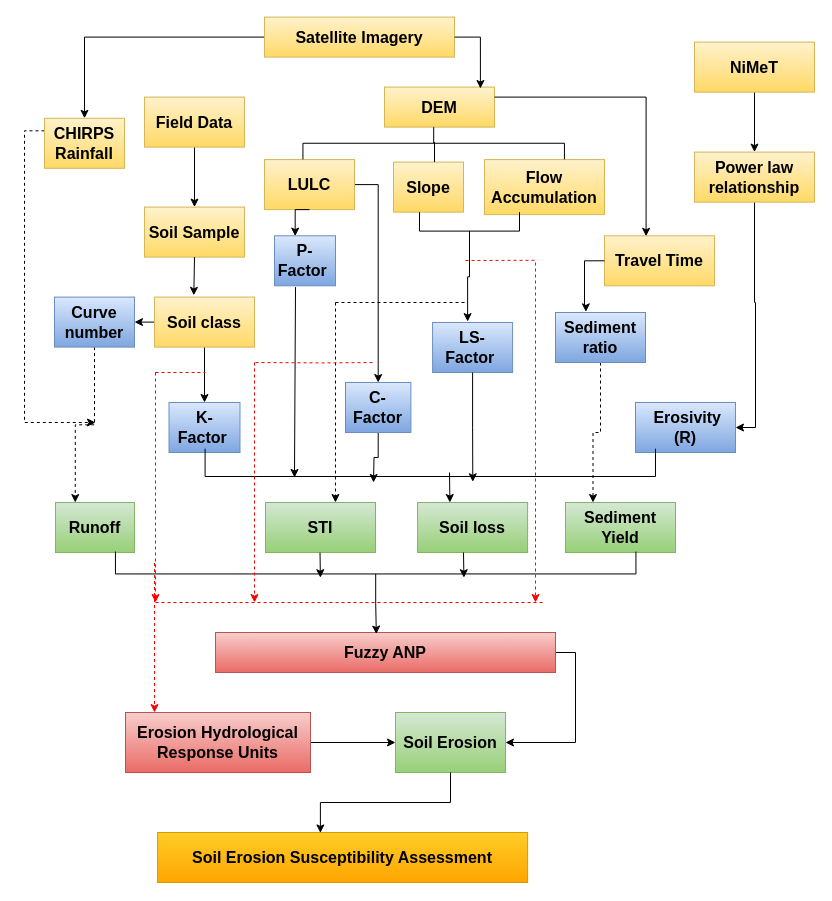
This is objective 1.drawio from yemioke/PRISMA2020, a draw.io file, before an edit. Source tidied: cells renumbered, new cells numbered last; positions are measured from the earlier drawing's top-left corner, leaving out a move shared by most shapes. Both pictures are drawn from the tidied source at 100%, with x=0, y=0 at pixel (24, 12).
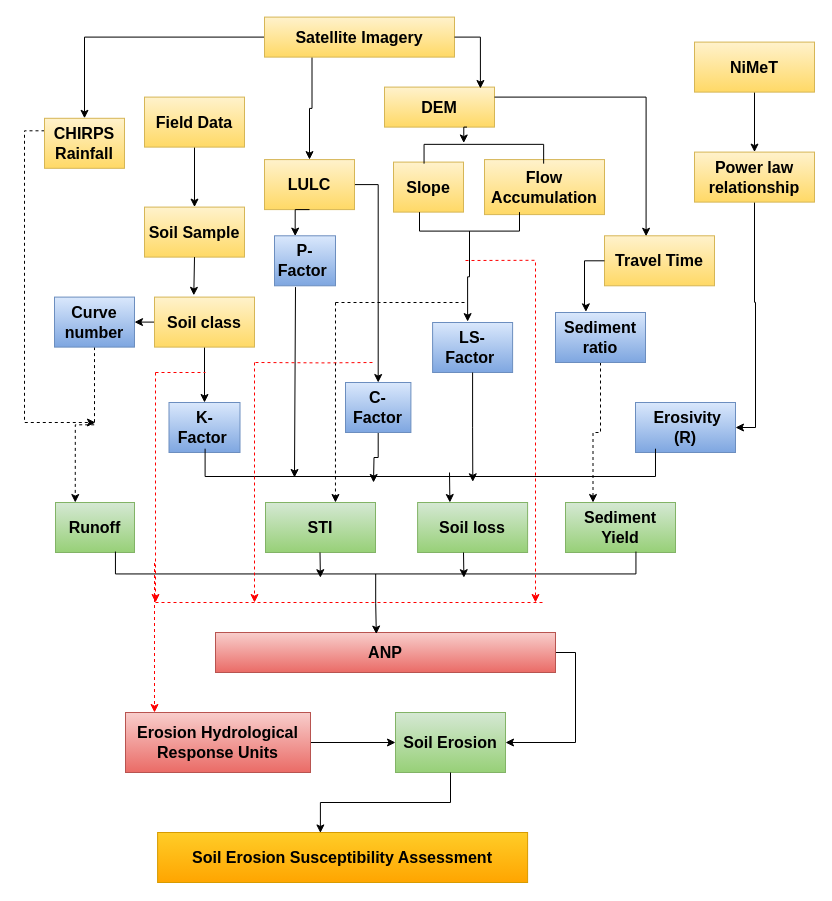
The same page after the edit.

Unchanged cells that the change refers to:
```xml
<mxCell id="2" value="&lt;b&gt;&lt;font style=&quot;font-size: 16px;&quot;&gt;DEM&lt;/font&gt;&lt;/b&gt;" style="rounded=0;whiteSpace=wrap;html=1;fillColor=#fff2cc;gradientColor=#ffd966;strokeColor=#d6b656;" parent="1" vertex="1">
  <mxGeometry x="360" y="74.6" width="110" height="40" as="geometry" />
</mxCell>
<mxCell id="4" value="&lt;b&gt;&lt;font style=&quot;font-size: 16px;&quot;&gt;Satellite Imagery&lt;/font&gt;&lt;/b&gt;" style="rounded=0;whiteSpace=wrap;html=1;fillColor=#fff2cc;gradientColor=#ffd966;strokeColor=#d6b656;" parent="1" vertex="1">
  <mxGeometry x="240" y="4.6" width="190" height="40" as="geometry" />
</mxCell>
<mxCell id="11" value="&lt;b&gt;&lt;font style=&quot;font-size: 16px;&quot;&gt;LULC&lt;/font&gt;&lt;/b&gt;" style="rounded=0;whiteSpace=wrap;html=1;fillColor=#fff2cc;gradientColor=#ffd966;strokeColor=#d6b656;" parent="1" vertex="1">
  <mxGeometry x="240" y="147.1" width="90" height="50" as="geometry" />
</mxCell>
```

What changed in the source:
```diff
@@
+    <mxCell id="70" style="edgeStyle=orthogonalEdgeStyle;rounded=0;jettySize=auto;html=1;exitX=0.25;exitY=1;exitDx=0;exitDy=0;entryX=0.5;entryY=0;entryDx=0;entryDy=0;" parent="1" edge="1" source="4" target="11">
+      <mxGeometry relative="1" as="geometry" />
+    </mxCell>
@@
-    <mxCell id="18" value="&lt;b&gt;&lt;font style=&quot;font-size: 16px;&quot;&gt;Fuzzy ANP&lt;/font&gt;&lt;/b&gt;" style="rounded=0;whiteSpace=wrap;html=1;fillColor=#f8cecc;gradientColor=#ea6b66;strokeColor=#b85450;" parent="1" vertex="1">
+    <mxCell id="18" value="&lt;b&gt;&lt;font style=&quot;font-size: 16px;&quot;&gt;ANP&lt;/font&gt;&lt;/b&gt;" style="rounded=0;whiteSpace=wrap;html=1;fillColor=#f8cecc;gradientColor=#ea6b66;strokeColor=#b85450;" parent="1" vertex="1">
       <mxGeometry x="191" y="620" width="340" height="40" as="geometry" />
     </mxCell>
@@
-    <mxCell id="40" style="strokeWidth=1;html=1;shape=mxgraph.flowchart.annotation_2;align=left;labelPosition=right;rotation=90;" parent="1" vertex="1">
-      <mxGeometry x="393.1" width="32.2" height="261.5" as="geometry" />
-    </mxCell>
-    <mxCell id="41" style="endArrow=none;html=1;rounded=0;" parent="1" edge="1">
-      <mxGeometry relative="1" as="geometry">
-        <mxPoint x="410" y="149.6" as="sourcePoint" />
-        <mxPoint x="410" y="129.6" as="targetPoint" />
-      </mxGeometry>
-    </mxCell>
@@
+    <mxCell id="71" style="strokeWidth=1;html=1;shape=mxgraph.flowchart.annotation_1;align=left;rotation=90;" parent="1" vertex="1">
+      <mxGeometry x="449.7" y="81.7" width="19.3" height="119.6" as="geometry" />
+    </mxCell>
+    <mxCell id="72" style="edgeStyle=orthogonalEdgeStyle;rounded=0;jettySize=auto;html=1;exitX=0.75;exitY=1;exitDx=0;exitDy=0;entryX=-0.07;entryY=0.668;entryDx=0;entryDy=0;entryPerimeter=0;" parent="1" edge="1" source="2" target="71">
+      <mxGeometry relative="1" as="geometry" />
+    </mxCell>
```
